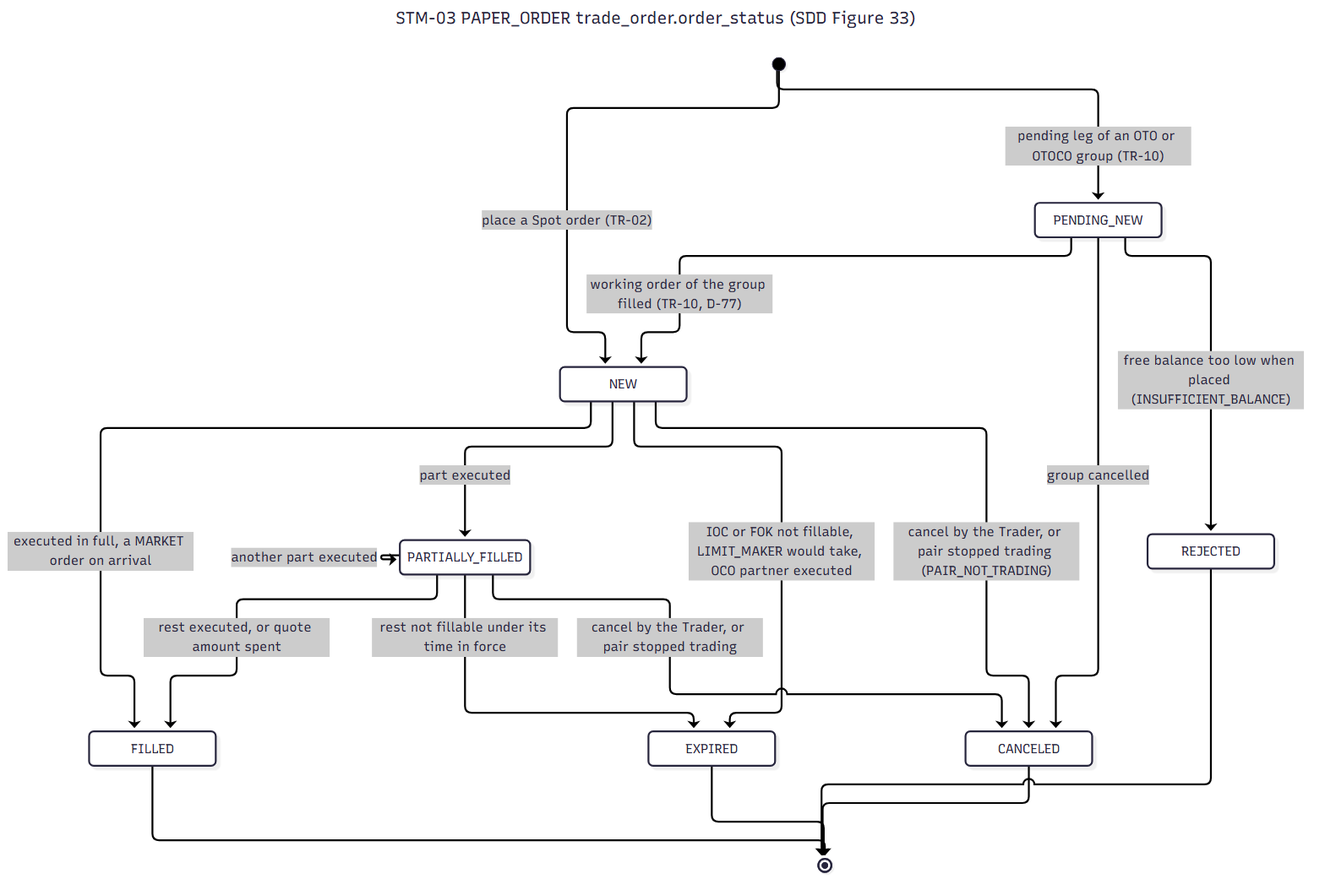
Before: specs/diagrams/state/STM-03_paper_order.png, a diagram exported from Mermaid (nguyenluc2411/cryptopilot_project). Its source is kept beside it as specs/diagrams/state/STM-03_paper_order.mmd. Its diagram source:
```mermaid
---
title: STM-03 PAPER_ORDER trade_order.order_status (SDD Figure 33)
---
stateDiagram-v2
    [*] --> NEW : place a Spot order (TR-02)
    [*] --> PENDING_NEW : pending leg of an OTO or OTOCO group (TR-10)
    PENDING_NEW --> NEW : working order of the group filled (TR-10, D-77)
    PENDING_NEW --> REJECTED : free balance too low when placed (INSUFFICIENT_BALANCE)
    PENDING_NEW --> CANCELED : group cancelled
    NEW --> PARTIALLY_FILLED : part executed
    NEW --> FILLED : executed in full, a MARKET order on arrival
    PARTIALLY_FILLED --> PARTIALLY_FILLED : another part executed
    PARTIALLY_FILLED --> FILLED : rest executed, or quote amount spent
    NEW --> CANCELED : cancel by the Trader, or pair stopped trading (PAIR_NOT_TRADING)
    PARTIALLY_FILLED --> CANCELED : cancel by the Trader, or pair stopped trading
    NEW --> EXPIRED : IOC or FOK not fillable, LIMIT_MAKER would take, OCO partner executed
    PARTIALLY_FILLED --> EXPIRED : rest not fillable under its time in force
    FILLED --> [*]
    CANCELED --> [*]
    EXPIRED --> [*]
    REJECTED --> [*]
```
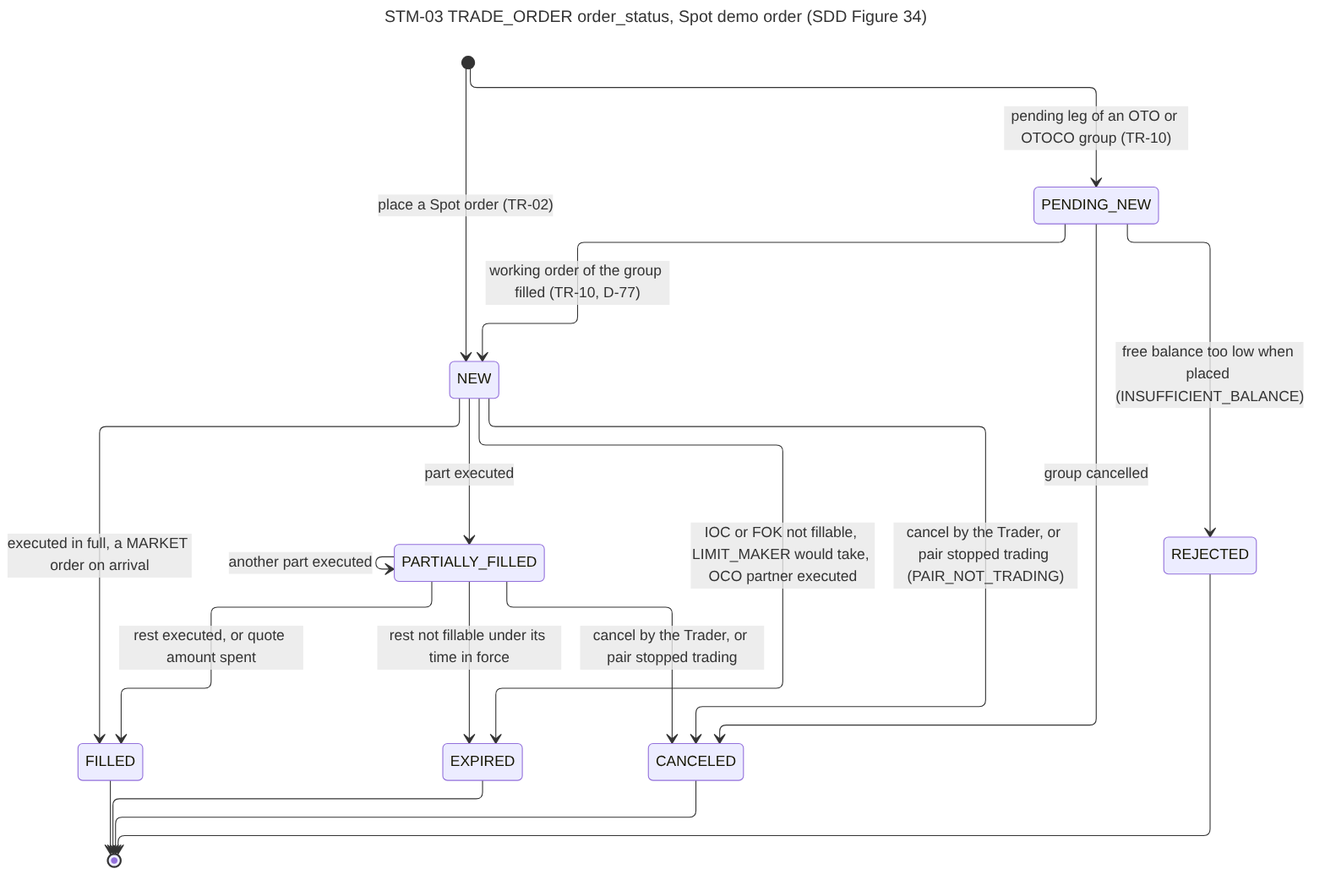
The same file after the commit.

Change to the diagram source:
```diff
@@ -1,5 +1,5 @@
 ---
-title: STM-03 PAPER_ORDER trade_order.order_status (SDD Figure 33)
+title: STM-03 TRADE_ORDER order_status, Spot demo order (SDD Figure 34)
 ---
 stateDiagram-v2
     [*] --> NEW : place a Spot order (TR-02)
```
